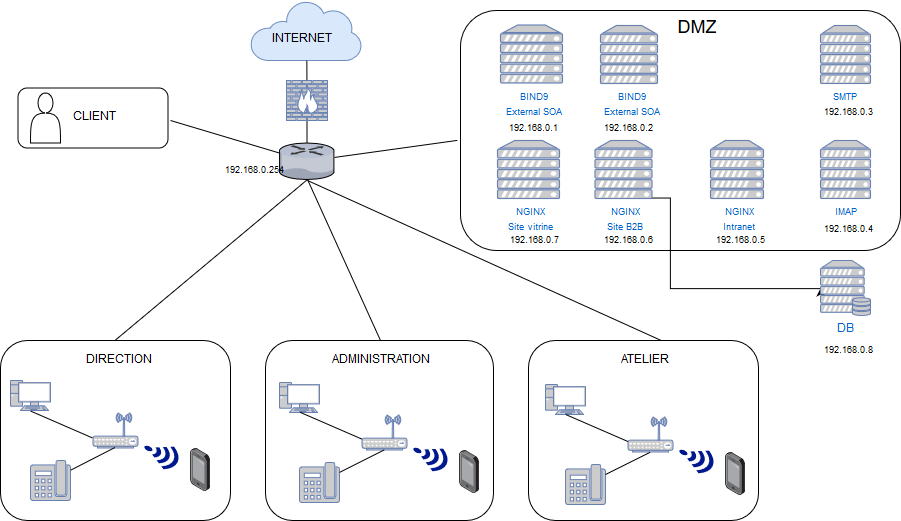
Before: wiki/schéma logique.png, a diagram exported from draw.io (melvinmajor/VPS-project). Source tidied: cells renumbered, new cells last; positions are measured from the earlier drawing's top-left corner, leaving out a move shared by most shapes.
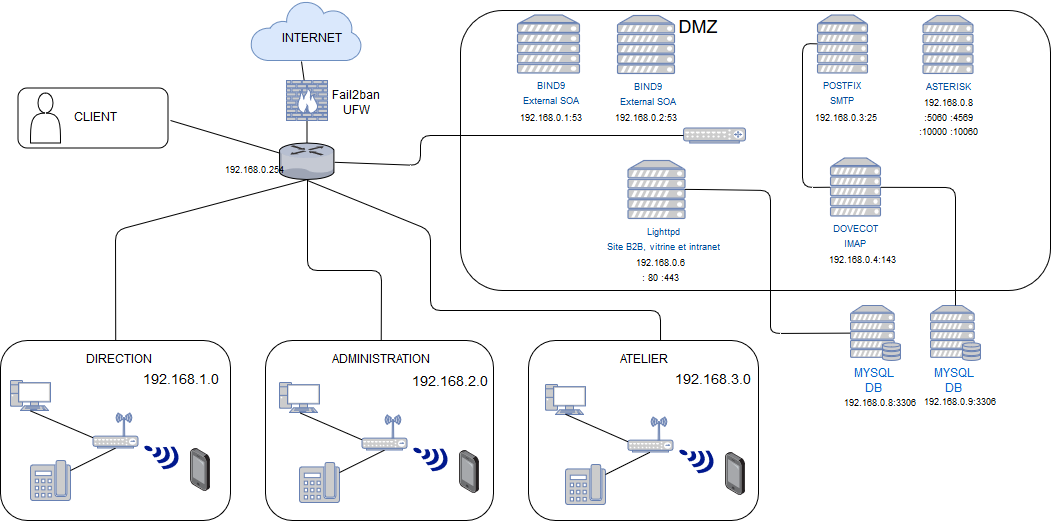
The same diagram one commit later.

Change to the diagram source:
```diff
@@ -7,2 +7,7 @@
         <mxPoint x="307" y="180" as="targetPoint" />
+        <Array as="points">
+          <mxPoint x="660" y="310" />
+          <mxPoint x="430" y="310" />
+          <mxPoint x="430" y="230" />
+        </Array>
       </mxGeometry>
@@ -12,2 +17,6 @@
         <mxPoint x="307" y="179" as="targetPoint" />
+        <Array as="points">
+          <mxPoint x="381" y="270" />
+          <mxPoint x="307" y="270" />
+        </Array>
       </mxGeometry>
@@ -21,3 +30,3 @@
     <mxCell id="6" style="rounded=1;whiteSpace=wrap;html=1;" parent="1" vertex="1">
-      <mxGeometry x="460" y="10" width="440" height="240" as="geometry" />
+      <mxGeometry x="460" y="10" width="590" height="280" as="geometry" />
     </mxCell>
@@ -26,10 +35,2 @@
     </mxCell>
-    <mxCell id="8" style="edgeStyle=orthogonalEdgeStyle;rounded=0;jettySize=auto;html=1;exitX=0.5;exitY=1;exitDx=0;exitDy=0;exitPerimeter=0;entryX=0;entryY=0.5;entryDx=0;entryDy=0;entryPerimeter=0;" parent="1" edge="1" source="49" target="19">
-      <mxGeometry relative="1" as="geometry">
-        <Array as="points">
-          <mxPoint x="670" y="198" />
-          <mxPoint x="670" y="288" />
-        </Array>
-      </mxGeometry>
-    </mxCell>
     <mxCell id="9" style="rounded=1;whiteSpace=wrap;html=1;" parent="1" vertex="1">
@@ -61,7 +62,7 @@
     </mxCell>
-    <mxCell id="18" value="&lt;div&gt;&lt;font style=&quot;font-size: 9px&quot;&gt;BIND9&lt;/font&gt;&lt;/div&gt;&lt;div&gt;&lt;font style=&quot;font-size: 9px&quot;&gt;External SOA&lt;br&gt;&lt;/font&gt;&lt;/div&gt;&lt;div&gt;&lt;br&gt;&lt;/div&gt;&lt;div&gt;&lt;br&gt;&lt;/div&gt;" style="fontColor=#0066CC;verticalAlign=top;verticalLabelPosition=bottom;labelPosition=center;align=center;html=1;fillColor=#CCCCCC;strokeColor=#6881B3;gradientColor=none;gradientDirection=north;strokeWidth=2;shape=mxgraph.networks.server;" parent="1" vertex="1">
-      <mxGeometry x="500" y="24.5" width="62" height="58" as="geometry" />
+    <mxCell id="18" value="&lt;div&gt;&lt;font style=&quot;font-size: 9px&quot; color=&quot;#004C99&quot;&gt;BIND9&lt;/font&gt;&lt;/div&gt;&lt;div&gt;&lt;font style=&quot;font-size: 9px&quot; color=&quot;#004C99&quot;&gt;External SOA&lt;br&gt;&lt;/font&gt;&lt;/div&gt;&lt;div&gt;&lt;font color=&quot;#004C99&quot;&gt;&lt;br&gt;&lt;/font&gt;&lt;/div&gt;&lt;div&gt;&lt;font color=&quot;#004C99&quot;&gt;&lt;br&gt;&lt;/font&gt;&lt;/div&gt;" style="fontColor=#0066CC;verticalAlign=top;verticalLabelPosition=bottom;labelPosition=center;align=center;html=1;fillColor=#CCCCCC;strokeColor=#6881B3;gradientColor=none;gradientDirection=north;strokeWidth=2;shape=mxgraph.networks.server;" parent="1" vertex="1">
+      <mxGeometry x="517" y="14.5" width="62" height="58" as="geometry" />
     </mxCell>
-    <mxCell id="19" value="&lt;div&gt;DB&lt;/div&gt;&lt;div&gt;&lt;br&gt;&lt;/div&gt;" style="fontColor=#0066CC;verticalAlign=top;verticalLabelPosition=bottom;labelPosition=center;align=center;html=1;outlineConnect=0;fillColor=#CCCCCC;strokeColor=#6881B3;gradientColor=none;gradientDirection=north;strokeWidth=2;shape=mxgraph.networks.server_storage;" parent="1" vertex="1">
-      <mxGeometry x="820" y="260" width="50" height="55" as="geometry" />
+    <mxCell id="19" value="&lt;div&gt;MYSQL&lt;/div&gt;&lt;div&gt;DB&lt;br&gt;&lt;/div&gt;" style="fontColor=#0066CC;verticalAlign=top;verticalLabelPosition=bottom;labelPosition=center;align=center;html=1;outlineConnect=0;fillColor=#CCCCCC;strokeColor=#6881B3;gradientColor=none;gradientDirection=north;strokeWidth=2;shape=mxgraph.networks.server_storage;" parent="1" vertex="1">
+      <mxGeometry x="930" y="305" width="50" height="55" as="geometry" />
     </mxCell>
@@ -124,4 +125,4 @@
     </mxCell>
-    <mxCell id="39" value="&lt;div&gt;INTERNET&lt;/div&gt;&lt;div&gt;&lt;br&gt;&lt;/div&gt;" style="text;html=1;points=[];align=left;verticalAlign=top;spacingTop=-4;" parent="1" vertex="1">
-      <mxGeometry x="270" y="30" width="80" height="30" as="geometry" />
+    <mxCell id="39" value="&lt;div align=&quot;center&quot;&gt;INTERNET&lt;/div&gt;&lt;div align=&quot;center&quot;&gt;&lt;br&gt;&lt;/div&gt;" style="text;html=1;points=[];align=left;verticalAlign=top;spacingTop=-4;" parent="1" vertex="1">
+      <mxGeometry x="280" y="30" width="70" height="30" as="geometry" />
     </mxCell>
@@ -136,4 +137,6 @@
     </mxCell>
-    <mxCell id="43" style="endArrow=none;html=1;entryX=0.455;entryY=1.013;entryDx=0;entryDy=0;entryPerimeter=0;" parent="1" edge="1" source="40" target="39">
-      <mxGeometry relative="1" as="geometry" />
+    <mxCell id="43" style="endArrow=none;html=1;" parent="1" edge="1" source="40">
+      <mxGeometry relative="1" as="geometry">
+        <mxPoint x="301" y="61" as="targetPoint" />
+      </mxGeometry>
     </mxCell>
@@ -144,5 +147,2 @@
     </mxCell>
-    <mxCell id="45" style="endArrow=none;html=1;entryX=-0.007;entryY=0.54;entryDx=0;entryDy=0;entryPerimeter=0;" parent="1" edge="1" source="41" target="6">
-      <mxGeometry relative="1" as="geometry" />
-    </mxCell>
     <mxCell id="46" style="endArrow=none;html=1;exitX=0.5;exitY=0;exitDx=0;exitDy=0;" parent="1" edge="1" source="9">
@@ -150,45 +150,36 @@
         <mxPoint x="307" y="179" as="targetPoint" />
+        <Array as="points">
+          <mxPoint x="115" y="230" />
+        </Array>
       </mxGeometry>
     </mxCell>
-    <mxCell id="47" value="&lt;div&gt;&lt;font style=&quot;font-size: 9px&quot;&gt;BIND9&lt;/font&gt;&lt;/div&gt;&lt;div&gt;&lt;font style=&quot;font-size: 9px&quot;&gt;External SOA&lt;br&gt;&lt;/font&gt;&lt;/div&gt;" style="fontColor=#0066CC;verticalAlign=top;verticalLabelPosition=bottom;labelPosition=center;align=center;html=1;fillColor=#CCCCCC;strokeColor=#6881B3;gradientColor=none;gradientDirection=north;strokeWidth=2;shape=mxgraph.networks.server;" parent="1" vertex="1">
-      <mxGeometry x="600" y="25" width="57" height="58" as="geometry" />
+    <mxCell id="47" value="&lt;div&gt;&lt;font style=&quot;font-size: 9px&quot; color=&quot;#004C99&quot;&gt;BIND9&lt;/font&gt;&lt;/div&gt;&lt;div&gt;&lt;font style=&quot;font-size: 9px&quot; color=&quot;#004C99&quot;&gt;External SOA&lt;br&gt;&lt;/font&gt;&lt;/div&gt;" style="fontColor=#0066CC;verticalAlign=top;verticalLabelPosition=bottom;labelPosition=center;align=center;html=1;fillColor=#CCCCCC;strokeColor=#6881B3;gradientColor=none;gradientDirection=north;strokeWidth=2;shape=mxgraph.networks.server;" parent="1" vertex="1">
+      <mxGeometry x="617" y="15" width="57" height="58" as="geometry" />
     </mxCell>
-    <mxCell id="48" value="&lt;div&gt;&lt;font style=&quot;font-size: 9px&quot;&gt;NGINX&lt;/font&gt;&lt;/div&gt;&lt;div align=&quot;left&quot;&gt;&lt;font style=&quot;font-size: 9px&quot;&gt;Site vitrine&lt;br&gt;&lt;/font&gt;&lt;/div&gt;" style="fontColor=#0066CC;verticalAlign=top;verticalLabelPosition=bottom;labelPosition=center;align=center;html=1;fillColor=#CCCCCC;strokeColor=#6881B3;gradientColor=none;gradientDirection=north;strokeWidth=2;shape=mxgraph.networks.server;" parent="1" vertex="1">
-      <mxGeometry x="497" y="140" width="62" height="58" as="geometry" />
-    </mxCell>
-    <mxCell id="49" value="&lt;font style=&quot;font-size: 9px&quot;&gt;NGINX&lt;/font&gt;&lt;div&gt;&lt;font style=&quot;font-size: 9px&quot;&gt;Site B2B&lt;br&gt;&lt;/font&gt;&lt;/div&gt;" style="fontColor=#0066CC;verticalAlign=top;verticalLabelPosition=bottom;labelPosition=center;align=center;html=1;outlineConnect=0;fillColor=#CCCCCC;strokeColor=#6881B3;gradientColor=none;gradientDirection=north;strokeWidth=2;shape=mxgraph.networks.server;" parent="1" vertex="1">
-      <mxGeometry x="594.5" y="140" width="57" height="58" as="geometry" />
+    <mxCell id="49" value="&lt;font style=&quot;font-size: 9px&quot; color=&quot;#004C99&quot;&gt;Lighttpd&lt;/font&gt;&lt;div&gt;&lt;font style=&quot;font-size: 9px&quot; color=&quot;#004C99&quot;&gt;Site B2B, vitrine et intranet&lt;br&gt;&lt;/font&gt;&lt;/div&gt;" style="fontColor=#0066CC;verticalAlign=top;verticalLabelPosition=bottom;labelPosition=center;align=center;html=1;outlineConnect=0;fillColor=#CCCCCC;strokeColor=#6881B3;gradientColor=none;gradientDirection=north;strokeWidth=2;shape=mxgraph.networks.server;" parent="1" vertex="1">
+      <mxGeometry x="627.5" y="160" width="57" height="58" as="geometry" />
     </mxCell>
-    <mxCell id="50" value="&lt;div&gt;&lt;font style=&quot;font-size: 9px&quot;&gt;NGINX&lt;/font&gt;&lt;/div&gt;&lt;div&gt;&lt;font style=&quot;font-size: 9px&quot;&gt;Intranet&lt;br&gt;&lt;/font&gt;&lt;/div&gt;" style="fontColor=#0066CC;verticalAlign=top;verticalLabelPosition=bottom;labelPosition=center;align=center;html=1;fillColor=#CCCCCC;strokeColor=#6881B3;gradientColor=none;gradientDirection=north;strokeWidth=2;shape=mxgraph.networks.server;" parent="1" vertex="1">
-      <mxGeometry x="710" y="140" width="53" height="58" as="geometry" />
-    </mxCell>
-    <mxCell id="51" value="&lt;div&gt;&lt;font style=&quot;font-size: 9px&quot;&gt;SMTP&lt;/font&gt;&lt;/div&gt;&lt;div&gt;&lt;font style=&quot;font-size: 9px&quot;&gt;&lt;br&gt;&lt;/font&gt;&lt;/div&gt;" style="fontColor=#0066CC;verticalAlign=top;verticalLabelPosition=bottom;labelPosition=center;align=center;html=1;outlineConnect=0;fillColor=#CCCCCC;strokeColor=#6881B3;gradientColor=none;gradientDirection=north;strokeWidth=2;shape=mxgraph.networks.server;" parent="1" vertex="1">
-      <mxGeometry x="820" y="25" width="50" height="58" as="geometry" />
+    <mxCell id="51" value="&lt;div&gt;&lt;font style=&quot;font-size: 9px&quot; color=&quot;#004C99&quot;&gt;POSTFIX&lt;/font&gt;&lt;/div&gt;&lt;div&gt;&lt;font style=&quot;font-size: 9px&quot; color=&quot;#004C99&quot;&gt;SMTP&lt;br&gt;&lt;/font&gt;&lt;/div&gt;" style="fontColor=#0066CC;verticalAlign=top;verticalLabelPosition=bottom;labelPosition=center;align=center;html=1;outlineConnect=0;fillColor=#CCCCCC;strokeColor=#6881B3;gradientColor=none;gradientDirection=north;strokeWidth=2;shape=mxgraph.networks.server;" parent="1" vertex="1">
+      <mxGeometry x="817" y="14.5" width="50" height="58" as="geometry" />
     </mxCell>
-    <mxCell id="52" value="&lt;div&gt;&lt;font style=&quot;font-size: 9px&quot;&gt;IMAP&lt;/font&gt;&lt;/div&gt;" style="fontColor=#0066CC;verticalAlign=top;verticalLabelPosition=bottom;labelPosition=center;align=center;html=1;outlineConnect=0;fillColor=#CCCCCC;strokeColor=#6881B3;gradientColor=none;gradientDirection=north;strokeWidth=2;shape=mxgraph.networks.server;" parent="1" vertex="1">
-      <mxGeometry x="820" y="140" width="50" height="58" as="geometry" />
+    <mxCell id="52" value="&lt;div&gt;&lt;font style=&quot;font-size: 9px&quot; color=&quot;#004C99&quot;&gt;DOVECOT&lt;/font&gt;&lt;/div&gt;&lt;div&gt;&lt;font color=&quot;#004C99&quot;&gt;&lt;font style=&quot;font-size: 9px&quot;&gt;IMAP&lt;/font&gt;&lt;br&gt;&lt;/font&gt;&lt;/div&gt;" style="fontColor=#0066CC;verticalAlign=top;verticalLabelPosition=bottom;labelPosition=center;align=center;html=1;outlineConnect=0;fillColor=#CCCCCC;strokeColor=#6881B3;gradientColor=none;gradientDirection=north;strokeWidth=2;shape=mxgraph.networks.server;" parent="1" vertex="1">
+      <mxGeometry x="830" y="157.5" width="50" height="58" as="geometry" />
     </mxCell>
-    <mxCell id="53" value="&lt;font style=&quot;font-size: 9px&quot;&gt;192.168.0.1&lt;/font&gt;" style="text;html=1;strokeColor=none;fillColor=none;align=center;verticalAlign=middle;whiteSpace=wrap;rounded=0;" parent="1" vertex="1">
-      <mxGeometry x="510" y="117.5" width="40" height="20" as="geometry" />
+    <mxCell id="53" value="&lt;font style=&quot;font-size: 9px&quot;&gt;192.168.0.1&lt;/font&gt;&lt;font style=&quot;font-size: 9px&quot;&gt;:53&lt;/font&gt;" style="text;html=1;strokeColor=none;fillColor=none;align=center;verticalAlign=middle;whiteSpace=wrap;rounded=0;" parent="1" vertex="1">
+      <mxGeometry x="527" y="107.5" width="40" height="20" as="geometry" />
     </mxCell>
-    <mxCell id="54" value="&lt;font style=&quot;font-size: 9px&quot;&gt;192.168.0.2&lt;/font&gt;" style="text;html=1;strokeColor=none;fillColor=none;align=center;verticalAlign=middle;whiteSpace=wrap;rounded=0;" parent="1" vertex="1">
-      <mxGeometry x="605" y="117.5" width="40" height="20" as="geometry" />
+    <mxCell id="54" value="&lt;font style=&quot;font-size: 9px&quot;&gt;192.168.0.2&lt;/font&gt;&lt;font style=&quot;font-size: 9px&quot;&gt;:53&lt;/font&gt;" style="text;html=1;strokeColor=none;fillColor=none;align=center;verticalAlign=middle;whiteSpace=wrap;rounded=0;" parent="1" vertex="1">
+      <mxGeometry x="622" y="107.5" width="40" height="20" as="geometry" />
     </mxCell>
-    <mxCell id="55" value="&lt;font style=&quot;font-size: 9px&quot;&gt;192.168.0.3&lt;/font&gt;" style="text;html=1;strokeColor=none;fillColor=none;align=center;verticalAlign=middle;whiteSpace=wrap;rounded=0;" parent="1" vertex="1">
-      <mxGeometry x="825" y="101.5" width="40" height="20" as="geometry" />
+    <mxCell id="55" value="&lt;font style=&quot;font-size: 9px&quot;&gt;192.168.0.3&lt;/font&gt;&lt;font style=&quot;font-size: 9px&quot;&gt;:25&lt;/font&gt;" style="text;html=1;strokeColor=none;fillColor=none;align=center;verticalAlign=middle;whiteSpace=wrap;rounded=0;" parent="1" vertex="1">
+      <mxGeometry x="822" y="107.5" width="40" height="20" as="geometry" />
     </mxCell>
-    <mxCell id="56" value="&lt;font style=&quot;font-size: 9px&quot;&gt;192.168.0.4&lt;/font&gt;" style="text;html=1;strokeColor=none;fillColor=none;align=center;verticalAlign=middle;whiteSpace=wrap;rounded=0;" parent="1" vertex="1">
-      <mxGeometry x="825" y="219" width="40" height="20" as="geometry" />
+    <mxCell id="56" value="&lt;font style=&quot;font-size: 9px&quot;&gt;192.168.0.4&lt;/font&gt;&lt;font style=&quot;font-size: 9px&quot;&gt;:143&lt;/font&gt;" style="text;html=1;strokeColor=none;fillColor=none;align=center;verticalAlign=middle;whiteSpace=wrap;rounded=0;" parent="1" vertex="1">
+      <mxGeometry x="838" y="250" width="40" height="20" as="geometry" />
     </mxCell>
-    <mxCell id="57" value="&lt;font style=&quot;font-size: 9px&quot;&gt;192.168.0.5&lt;/font&gt;" style="text;html=1;strokeColor=none;fillColor=none;align=center;verticalAlign=middle;whiteSpace=wrap;rounded=0;" parent="1" vertex="1">
-      <mxGeometry x="716.5" y="230" width="40" height="20" as="geometry" />
-    </mxCell>
-    <mxCell id="58" value="&lt;font style=&quot;font-size: 9px&quot;&gt;192.168.0.6&lt;/font&gt;" style="text;html=1;strokeColor=none;fillColor=none;align=center;verticalAlign=middle;whiteSpace=wrap;rounded=0;" parent="1" vertex="1">
-      <mxGeometry x="605" y="230" width="40" height="20" as="geometry" />
+    <mxCell id="58" value="&lt;div&gt;&lt;font style=&quot;font-size: 9px&quot;&gt;192.168.0.6&lt;/font&gt;&lt;/div&gt;&lt;font style=&quot;font-size: 9px&quot;&gt;: 80 :443&lt;/font&gt;" style="text;html=1;strokeColor=none;fillColor=none;align=center;verticalAlign=middle;whiteSpace=wrap;rounded=0;" parent="1" vertex="1">
+      <mxGeometry x="636.5" y="260" width="40" height="20" as="geometry" />
     </mxCell>
-    <mxCell id="59" value="&lt;font style=&quot;font-size: 9px&quot;&gt;192.168.0.7&lt;/font&gt;" style="text;html=1;strokeColor=none;fillColor=none;align=center;verticalAlign=middle;whiteSpace=wrap;rounded=0;" parent="1" vertex="1">
-      <mxGeometry x="511" y="230" width="40" height="20" as="geometry" />
-    </mxCell>
-    <mxCell id="60" value="&lt;font style=&quot;font-size: 9px&quot;&gt;192.168.0.8&lt;/font&gt;" style="text;html=1;strokeColor=none;fillColor=none;align=center;verticalAlign=middle;whiteSpace=wrap;rounded=0;" parent="1" vertex="1">
-      <mxGeometry x="825" y="340" width="40" height="20" as="geometry" />
+    <mxCell id="60" value="&lt;font style=&quot;font-size: 9px&quot;&gt;192.168.0.8&lt;/font&gt;&lt;font style=&quot;font-size: 9px&quot;&gt;:3306&lt;/font&gt;" style="text;html=1;strokeColor=none;fillColor=none;align=center;verticalAlign=middle;whiteSpace=wrap;rounded=0;" parent="1" vertex="1">
+      <mxGeometry x="855" y="392.5" width="40" height="20" as="geometry" />
     </mxCell>
@@ -197,2 +188,62 @@
     </mxCell>
+    <mxCell id="62" value="&lt;div&gt;MYSQL&lt;/div&gt;&lt;div&gt;DB&lt;br&gt;&lt;/div&gt;" style="fontColor=#0066CC;verticalAlign=top;verticalLabelPosition=bottom;labelPosition=center;align=center;html=1;outlineConnect=0;fillColor=#CCCCCC;strokeColor=#6881B3;gradientColor=none;gradientDirection=north;strokeWidth=2;shape=mxgraph.networks.server_storage;" parent="1" vertex="1">
+      <mxGeometry x="850" y="305" width="50" height="55" as="geometry" />
+    </mxCell>
+    <mxCell id="63" value="&lt;div&gt;&lt;font style=&quot;font-size: 9px&quot;&gt;192.168.0.9&lt;/font&gt;&lt;font style=&quot;font-size: 9px&quot;&gt;:3306&lt;/font&gt;&lt;/div&gt;" style="text;html=1;strokeColor=none;fillColor=none;align=center;verticalAlign=middle;whiteSpace=wrap;rounded=0;" parent="1" vertex="1">
+      <mxGeometry x="922.5" y="392" width="65" height="20" as="geometry" />
+    </mxCell>
+    <mxCell id="64" style="fontColor=#0066CC;verticalAlign=top;verticalLabelPosition=bottom;labelPosition=center;align=center;html=1;outlineConnect=0;fillColor=#CCCCCC;strokeColor=#6881B3;gradientColor=none;gradientDirection=north;strokeWidth=2;shape=mxgraph.networks.router;" parent="1" vertex="1">
+      <mxGeometry x="683" y="127.5" width="62" height="15" as="geometry" />
+    </mxCell>
+    <mxCell id="65" style="endArrow=none;html=1;" parent="1" edge="1" source="41" target="64">
+      <mxGeometry relative="1" as="geometry">
+        <Array as="points">
+          <mxPoint x="420" y="165" />
+          <mxPoint x="420" y="135" />
+        </Array>
+      </mxGeometry>
+    </mxCell>
+    <mxCell id="66" value="&lt;div&gt;&lt;font style=&quot;font-size: 9px&quot; color=&quot;#004C99&quot;&gt;ASTERISK&lt;/font&gt;&lt;/div&gt;" style="fontColor=#0066CC;verticalAlign=top;verticalLabelPosition=bottom;labelPosition=center;align=center;html=1;fillColor=#CCCCCC;strokeColor=#6881B3;gradientColor=none;gradientDirection=north;strokeWidth=2;shape=mxgraph.networks.server;" parent="1" vertex="1">
+      <mxGeometry x="922.5" y="15" width="50" height="58" as="geometry" />
+    </mxCell>
+    <mxCell id="67" value="&lt;div&gt;&lt;font style=&quot;font-size: 9px&quot;&gt;192.168.0.8&lt;/font&gt;&lt;/div&gt;&lt;font style=&quot;font-size: 9px&quot;&gt;:5060 :4569 :10000 :10060&lt;/font&gt;" style="text;html=1;strokeColor=none;fillColor=none;align=center;verticalAlign=middle;whiteSpace=wrap;rounded=0;" parent="1" vertex="1">
+      <mxGeometry x="908.5" y="107.5" width="78" height="20" as="geometry" />
+    </mxCell>
+    <mxCell id="68" style="endArrow=none;html=1;exitX=0;exitY=0.5;exitDx=0;exitDy=0;exitPerimeter=0;" parent="1" edge="1" source="51" target="52">
+      <mxGeometry relative="1" as="geometry">
+        <Array as="points">
+          <mxPoint x="802" y="43" />
+          <mxPoint x="802" y="187" />
+        </Array>
+      </mxGeometry>
+    </mxCell>
+    <mxCell id="69" style="endArrow=none;html=1;entryX=1;entryY=0.5;entryDx=0;entryDy=0;entryPerimeter=0;" parent="1" edge="1" source="19" target="52">
+      <mxGeometry relative="1" as="geometry">
+        <Array as="points">
+          <mxPoint x="955" y="187" />
+        </Array>
+      </mxGeometry>
+    </mxCell>
+    <mxCell id="70" style="endArrow=none;html=1;exitX=1;exitY=0.5;exitDx=0;exitDy=0;exitPerimeter=0;" parent="1" edge="1" source="49" target="62">
+      <mxGeometry relative="1" as="geometry">
+        <Array as="points">
+          <mxPoint x="700" y="189" />
+          <mxPoint x="770" y="190" />
+          <mxPoint x="770" y="310" />
+          <mxPoint x="770" y="333" />
+        </Array>
+      </mxGeometry>
+    </mxCell>
+    <mxCell id="71" value="&lt;font style=&quot;font-size: 14px&quot;&gt;192.168.1.0&lt;/font&gt;" style="text;html=1;strokeColor=none;fillColor=none;align=center;verticalAlign=middle;whiteSpace=wrap;rounded=0;" parent="1" vertex="1">
+      <mxGeometry x="160" y="370" width="40" height="20" as="geometry" />
+    </mxCell>
+    <mxCell id="72" value="&lt;font style=&quot;font-size: 14px&quot;&gt;192.168.2.0&lt;/font&gt;" style="text;html=1;strokeColor=none;fillColor=none;align=center;verticalAlign=middle;whiteSpace=wrap;rounded=0;" parent="1" vertex="1">
+      <mxGeometry x="429" y="372" width="40" height="20" as="geometry" />
+    </mxCell>
+    <mxCell id="73" value="&lt;font style=&quot;font-size: 14px&quot;&gt;192.168.3.0&lt;/font&gt;" style="text;html=1;strokeColor=none;fillColor=none;align=center;verticalAlign=middle;whiteSpace=wrap;rounded=0;" parent="1" vertex="1">
+      <mxGeometry x="691.5" y="370" width="40" height="20" as="geometry" />
+    </mxCell>
+    <mxCell id="74" value="&lt;div&gt;Fail2ban&lt;/div&gt;&lt;div&gt;UFW&lt;/div&gt;&lt;div&gt;&lt;br&gt;&lt;/div&gt;" style="text;html=1;strokeColor=none;fillColor=none;align=center;verticalAlign=middle;whiteSpace=wrap;rounded=0;" parent="1" vertex="1">
+      <mxGeometry x="334" y="100" width="40" height="20" as="geometry" />
+    </mxCell>
   </root>
```
